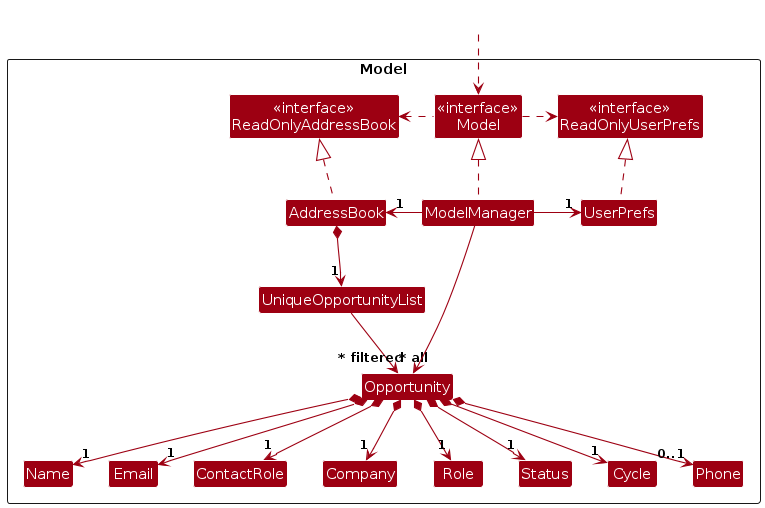
Before: diagrams/ModelClassDiagram.png, a diagram exported from PlantUML (AY2526S2-CS2103T-W13-2/tp). Its source is kept beside it as diagrams/ModelClassDiagram.puml.
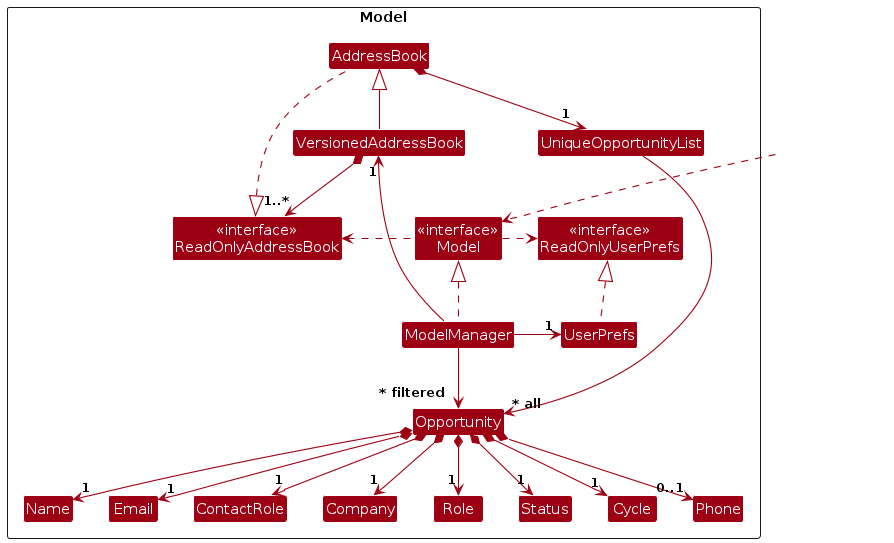
Later version of the same file.

What changed in the source:
```diff
@@ -9,6 +9,7 @@
 Class "<<interface>>\nReadOnlyUserPrefs" as ReadOnlyUserPrefs
 Class "<<interface>>\nModel" as Model
 Class AddressBook
+Class VersionedAddressBook
 Class ModelManager
 Class UserPrefs
 
@@ -28,11 +29,12 @@
 HiddenOutside ..> Model
 
 AddressBook .up.|> ReadOnlyAddressBook
+VersionedAddressBook -up-|> AddressBook
 
 ModelManager .up.|> Model
 Model .right.> ReadOnlyUserPrefs
 Model .left.> ReadOnlyAddressBook
-ModelManager -left-> "1" AddressBook
+ModelManager -left-> "1" VersionedAddressBook
 ModelManager -right-> "1" UserPrefs
 UserPrefs .up.|> ReadOnlyUserPrefs
 
@@ -46,6 +48,7 @@
 Opportunity *--> "1" Status
 Opportunity *--> "1" Cycle
 Opportunity *--> "0..1" Phone
+VersionedAddressBook *--> "1..*" ReadOnlyAddressBook
 
 Name -[hidden]right-> Email
 Email -[hidden]right-> ContactRole
```
